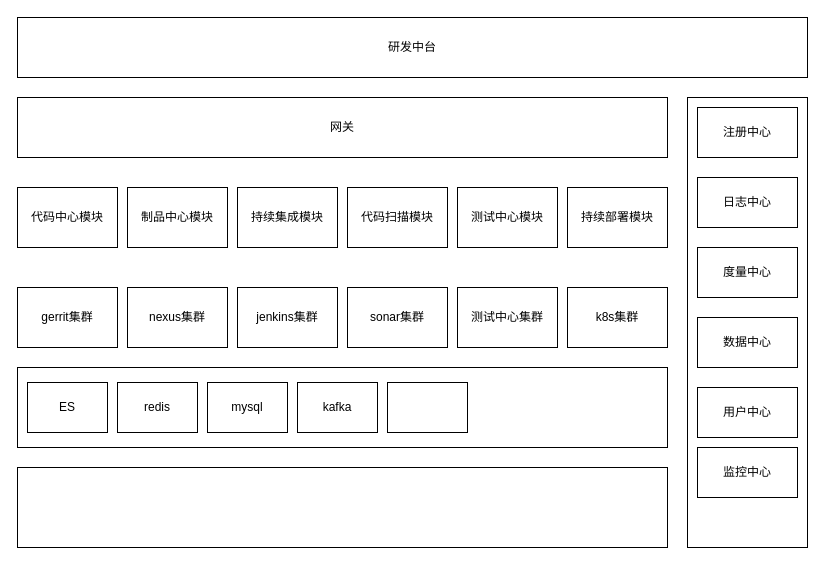
Before: onedev.drawio in zhiwoeryi/code-center, a draw.io diagram. Source tidied: cells renumbered, new cells numbered last; positions are measured from the earlier drawing's top-left corner, leaving out a move shared by most shapes. Both pictures are drawn from the tidied source at 100%, with x=0, y=0 at pixel (17, 17).
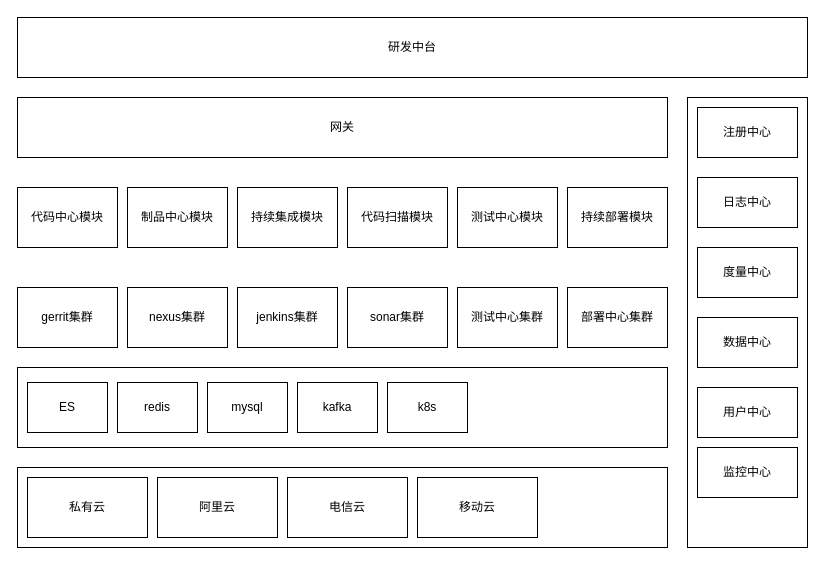
The same page after the edit.

What changed in the source:
```diff
@@
-    <mxCell id="17" style="rounded=0;whiteSpace=wrap;html=1;" parent="1" vertex="1">
+    <mxCell id="17" value="k8s" style="rounded=0;whiteSpace=wrap;html=1;" parent="1" vertex="1">
       <mxGeometry x="370" y="365" width="80" height="50" as="geometry" />
     </mxCell>
@@
-    <mxCell id="23" value="k8s集群" style="rounded=0;whiteSpace=wrap;html=1;" parent="1" vertex="1">
+    <mxCell id="23" value="部署中心集群" style="rounded=0;whiteSpace=wrap;html=1;" parent="1" vertex="1">
       <mxGeometry x="550" y="270" width="100" height="60" as="geometry" />
     </mxCell>
@@
+    <mxCell id="30" value="私有云" style="rounded=0;whiteSpace=wrap;html=1;" parent="1" vertex="1">
+      <mxGeometry x="10" y="460" width="120" height="60" as="geometry" />
+    </mxCell>
+    <mxCell id="31" value="阿里云" style="rounded=0;whiteSpace=wrap;html=1;" parent="1" vertex="1">
+      <mxGeometry x="140" y="460" width="120" height="60" as="geometry" />
+    </mxCell>
+    <mxCell id="32" value="电信云" style="rounded=0;whiteSpace=wrap;html=1;" parent="1" vertex="1">
+      <mxGeometry x="270" y="460" width="120" height="60" as="geometry" />
+    </mxCell>
+    <mxCell id="33" value="移动云" style="rounded=0;whiteSpace=wrap;html=1;" parent="1" vertex="1">
+      <mxGeometry x="400" y="460" width="120" height="60" as="geometry" />
+    </mxCell>
```
